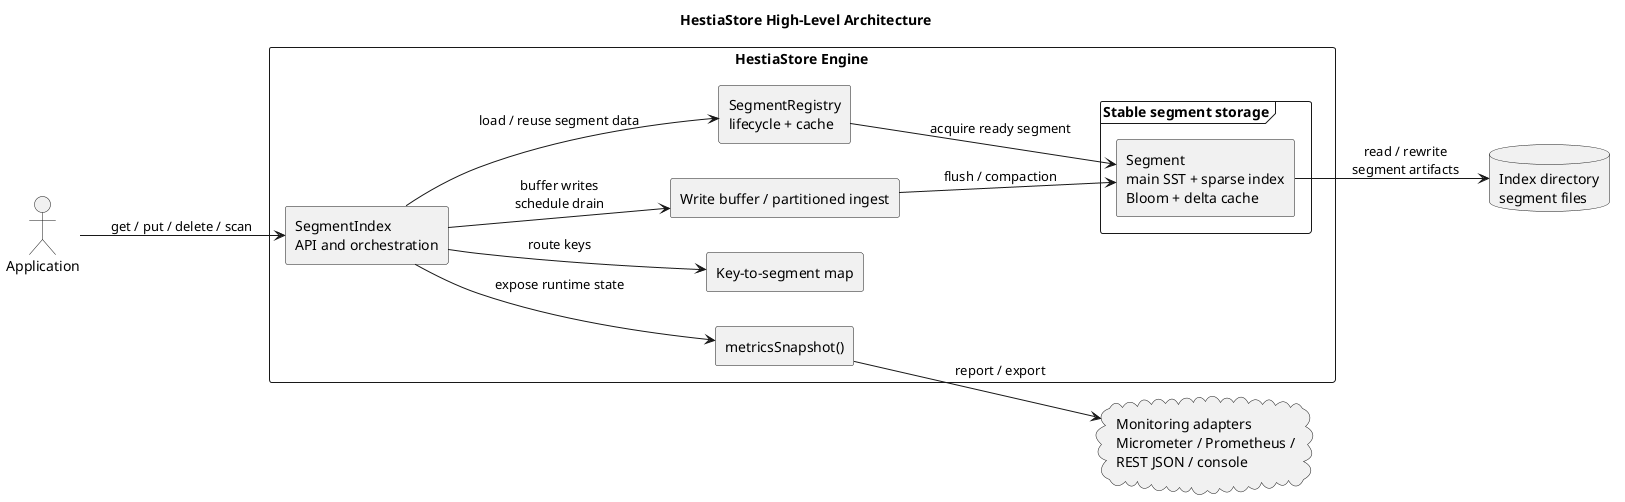
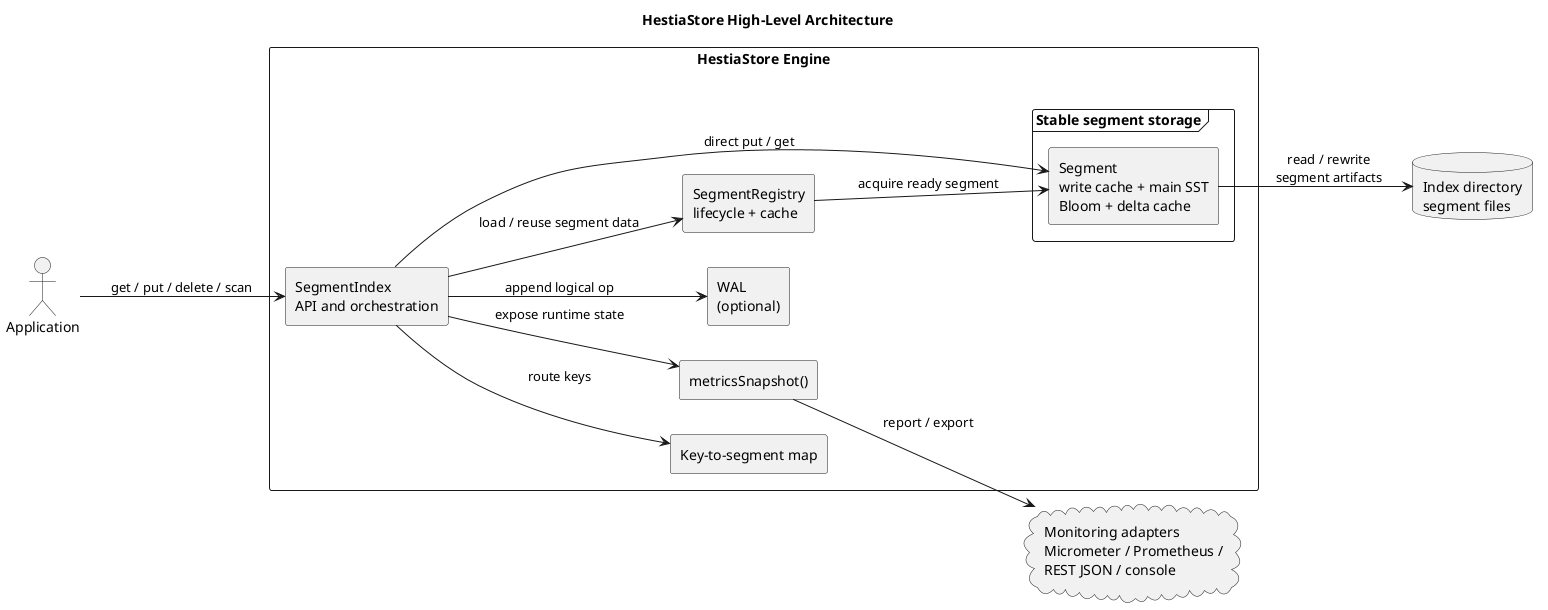
@startuml
title HestiaStore High-Level Architecture

left to right direction
skinparam shadowing false
skinparam packageStyle rectangle
skinparam componentStyle rectangle

actor "Application" as app

rectangle "HestiaStore Engine" {
  component "SegmentIndex\nAPI and orchestration" as segmentIndex
-   component "Write buffer / partitioned ingest" as ingest
  component "Key-to-segment map" as keyMap
  component "SegmentRegistry\nlifecycle + cache" as registry
+   component "WAL\n(optional)" as wal

  frame "Stable segment storage" {
-     component "Segment\nmain SST + sparse index\nBloom + delta cache" as segment
+     component "Segment\nwrite cache + main SST\nBloom + delta cache" as segment
  }

  component "metricsSnapshot()" as metrics
}

database "Index directory\nsegment files" as files
cloud "Monitoring adapters\nMicrometer / Prometheus /\nREST JSON / console" as monitoring

app --> segmentIndex : get / put / delete / scan
- segmentIndex --> ingest : buffer writes\nschedule drain
segmentIndex --> keyMap : route keys
+ segmentIndex --> wal : append logical op
segmentIndex --> registry : load / reuse segment data
registry --> segment : acquire ready segment
segment --> files : read / rewrite\nsegment artifacts
segmentIndex --> metrics : expose runtime state
metrics --> monitoring : report / export
- ingest --> segment : flush / compaction
+ segmentIndex --> segment : direct put / get

@enduml
